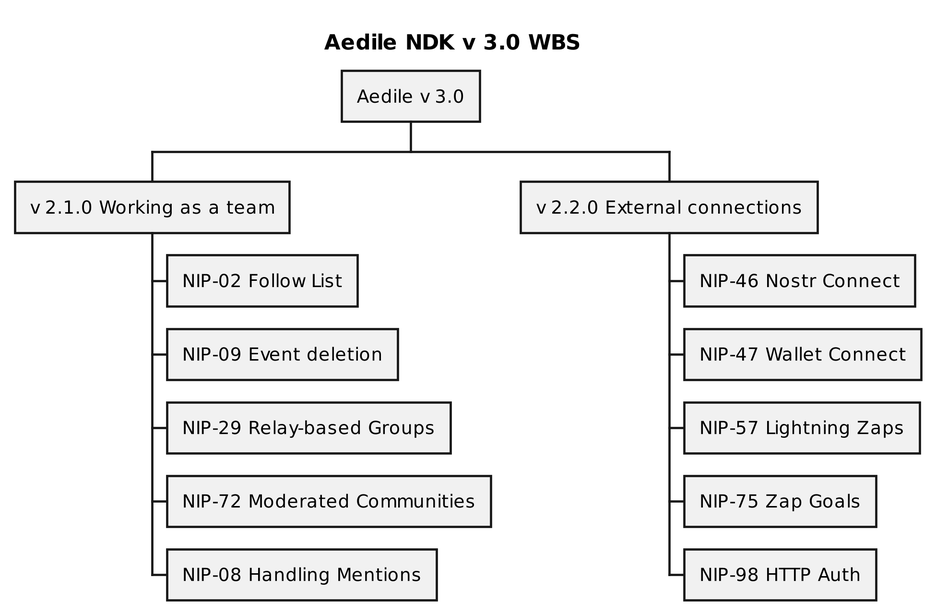
Earlier version of the PlantUML export plantUML/Aedile/Aedile_v3.png (ShadowySupercode/gitcitadel).
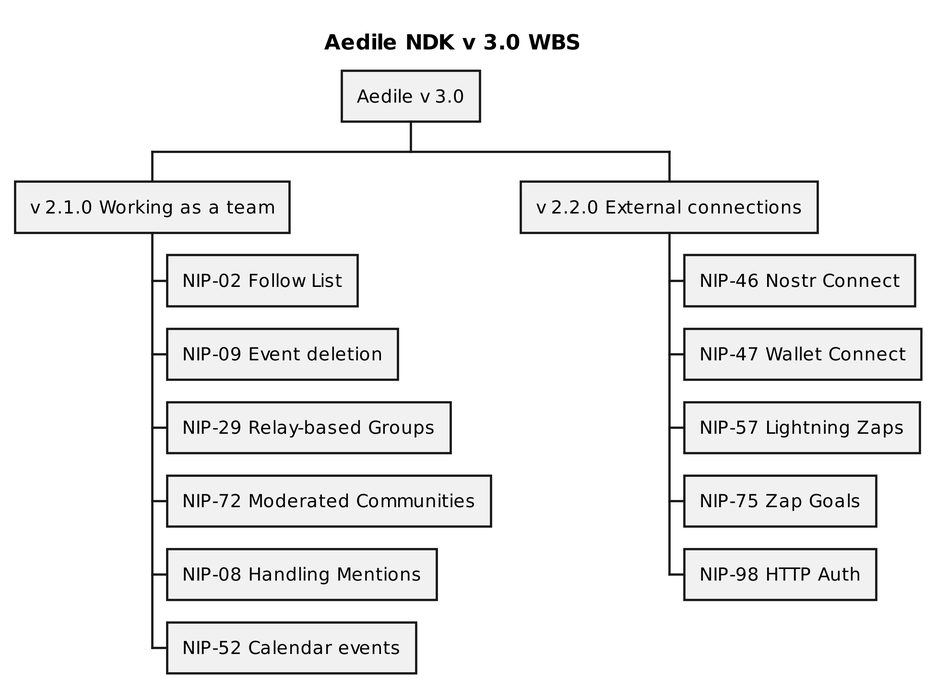
After the change.

Diff of the diagram source:
```diff
@@ -11,6 +11,7 @@
 *** NIP-29 Relay-based Groups
 *** NIP-72 Moderated Communities
 *** NIP-08 Handling Mentions
+*** NIP-52 Calendar events
 
 ** v 2.2.0 External connections
 *** NIP-46 Nostr Connect
```
